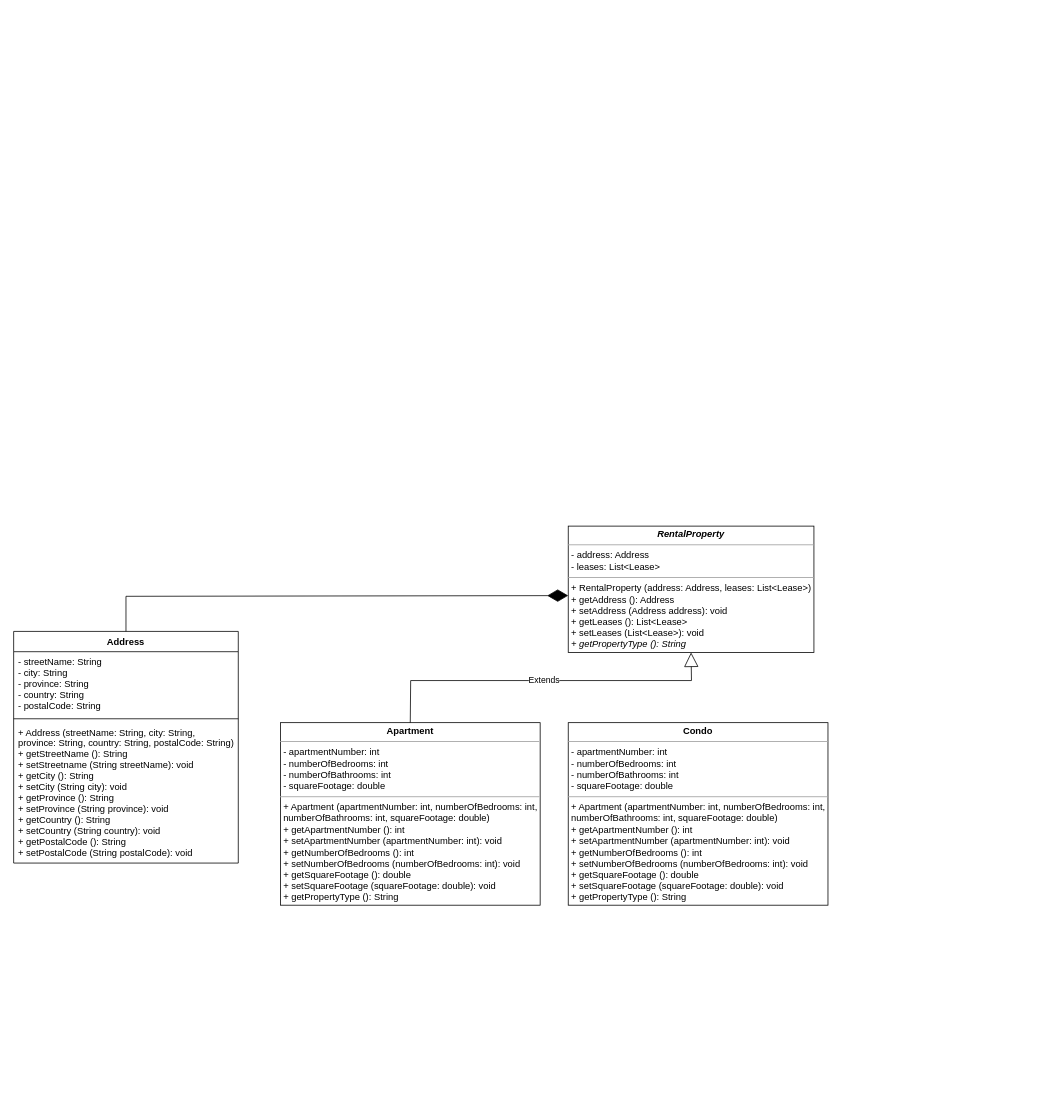
Before: Untitled Diagram.drawio in nishantarora23/SOEN-6441, a draw.io diagram. Source tidied: cells renumbered, new cells numbered last; positions are measured from the earlier drawing's top-left corner, leaving out a move shared by most shapes. Both pictures are drawn from the tidied source at 78%, with x=0, y=0 at pixel (13, 526).
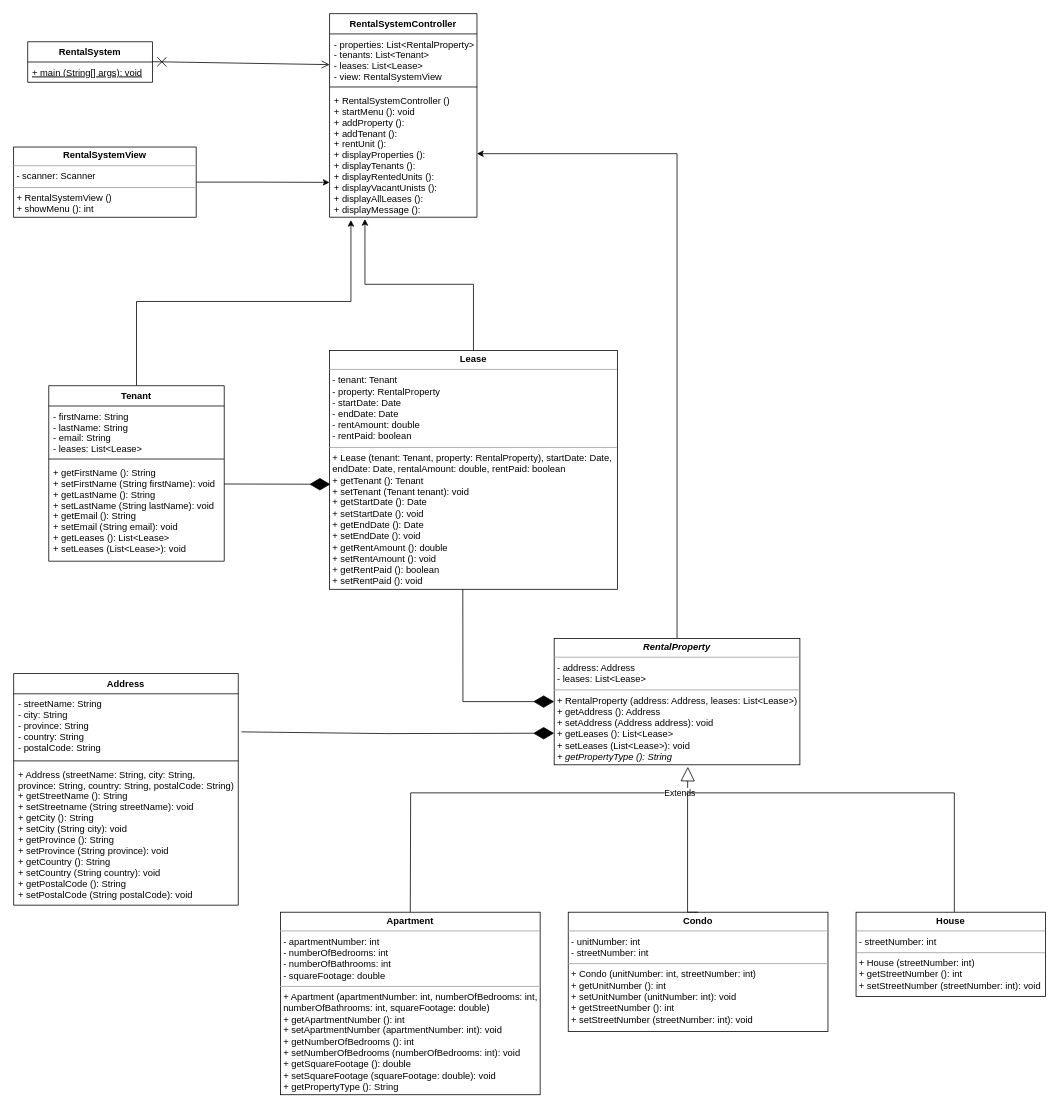
Above is the later version.

The change refers to these unchanged cells:
```xml
<mxCell id="3" value="- streetName: String&#10;- city: String&#10;- province: String&#10;- country: String&#10;- postalCode: String" style="text;strokeColor=none;fillColor=none;align=left;verticalAlign=top;spacingLeft=4;spacingRight=4;overflow=hidden;points=[[0,0.5],[1,0.5]];portConstraint=eastwest;" parent="2" vertex="1">
  <mxGeometry y="26" width="288" height="82" as="geometry" />
</mxCell>
```

Change to the diagram source:
```diff
@@
     <mxCell id="2" value="Address" style="swimlane;fontStyle=1;align=center;verticalAlign=top;horizontal=1;startSize=26;" parent="1" vertex="1">
-      <mxGeometry y="135" width="288" height="297" as="geometry" />
+      <mxGeometry y="189" width="288" height="297" as="geometry" />
     </mxCell>
@@
+    <mxCell id="11" style="edgeStyle=orthogonalEdgeStyle;rounded=0;jettySize=auto;html=1;exitX=0.5;exitY=0;exitDx=0;exitDy=0;entryX=1;entryY=0.5;entryDx=0;entryDy=0;" parent="1" edge="1" source="6" target="28">
+      <mxGeometry relative="1" as="geometry" />
+    </mxCell>
     <mxCell id="6" value="&lt;p style=&quot;margin:0px;margin-top:4px;text-align:center;&quot;&gt;&lt;i&gt;&lt;b&gt;RentalProperty&lt;/b&gt;&lt;/i&gt;&lt;/p&gt;&lt;hr size=&quot;1&quot;&gt;&lt;p style=&quot;margin:0px;margin-left:4px;&quot;&gt;- address: Address&lt;br style=&quot;border-color: var(--border-color); padding: 0px; margin: 0px;&quot;&gt;- leases: List&amp;lt;Lease&amp;gt;&lt;br&gt;&lt;/p&gt;&lt;hr size=&quot;1&quot;&gt;&lt;p style=&quot;margin:0px;margin-left:4px;&quot;&gt;+ RentalProperty (address: Address, leases: List&amp;lt;Lease&amp;gt;)&lt;br style=&quot;border-color: var(--border-color); padding: 0px; margin: 0px;&quot;&gt;+ getAddress (): Address&lt;br style=&quot;border-color: var(--border-color); padding: 0px; margin: 0px;&quot;&gt;+ setAddress (Address address): void&lt;br style=&quot;border-color: var(--border-color); padding: 0px; margin: 0px;&quot;&gt;+ getLeases (): List&amp;lt;Lease&amp;gt;&lt;br style=&quot;border-color: var(--border-color); padding: 0px; margin: 0px;&quot;&gt;+ setLeases (List&amp;lt;Lease&amp;gt;): void&amp;nbsp;&lt;br&gt;&lt;/p&gt;&lt;p style=&quot;margin:0px;margin-left:4px;&quot;&gt;&lt;i&gt;+ getPropertyType (): String&lt;/i&gt;&lt;br&gt;&lt;/p&gt;" style="verticalAlign=top;align=left;overflow=fill;fontSize=12;fontFamily=Helvetica;html=1;" parent="1" vertex="1">
-      <mxGeometry x="711" width="315" height="162" as="geometry" />
+      <mxGeometry x="693" y="144" width="315" height="162" as="geometry" />
     </mxCell>
-    <mxCell id="7" style="endArrow=diamondThin;endFill=1;endSize=24;html=1;rounded=0;entryX=0;entryY=0.55;entryDx=0;entryDy=0;entryPerimeter=0;exitX=0.5;exitY=0;exitDx=0;exitDy=0;" parent="1" edge="1" source="2" target="6">
+    <mxCell id="7" style="endArrow=diamondThin;endFill=1;endSize=24;html=1;rounded=0;entryX=0;entryY=0.75;entryDx=0;entryDy=0;exitX=1.014;exitY=0.595;exitDx=0;exitDy=0;exitPerimeter=0;" parent="1" edge="1" source="3" target="6">
       <mxGeometry relative="1" as="geometry">
         <Array as="points">
-          <mxPoint x="144" y="90" />
+          <mxPoint x="477" y="266" />
         </Array>
       </mxGeometry>
     </mxCell>
     <mxCell id="8" value="&lt;p style=&quot;margin:0px;margin-top:4px;text-align:center;&quot;&gt;&lt;b&gt;Apartment&lt;/b&gt;&lt;/p&gt;&lt;hr size=&quot;1&quot;&gt;&lt;p style=&quot;margin:0px;margin-left:4px;&quot;&gt;- apartmentNumber: int&lt;/p&gt;&lt;p style=&quot;margin:0px;margin-left:4px;&quot;&gt;- numberOfBedrooms: int&lt;/p&gt;&lt;p style=&quot;margin:0px;margin-left:4px;&quot;&gt;- numberOfBathrooms: int&lt;/p&gt;&lt;p style=&quot;margin:0px;margin-left:4px;&quot;&gt;- squareFootage: double&lt;/p&gt;&lt;hr size=&quot;1&quot;&gt;&lt;p style=&quot;margin:0px;margin-left:4px;&quot;&gt;+ Apartment (apartmentNumber: int, numberOfBedrooms: int,&amp;nbsp;&lt;/p&gt;&lt;p style=&quot;margin:0px;margin-left:4px;&quot;&gt;numberOfBathrooms: int, squareFootage: double)&lt;/p&gt;&lt;p style=&quot;margin:0px;margin-left:4px;&quot;&gt;+ getApartmentNumber (): int&lt;/p&gt;&lt;p style=&quot;margin:0px;margin-left:4px;&quot;&gt;+ setApartmentNumber (apartmentNumber: int): void&lt;/p&gt;&lt;p style=&quot;margin:0px;margin-left:4px;&quot;&gt;+ getNumberOfBedrooms (): int&lt;/p&gt;&lt;p style=&quot;margin:0px;margin-left:4px;&quot;&gt;+ setNumberOfBedrooms (numberOfBedrooms: int): void&lt;/p&gt;&lt;p style=&quot;margin:0px;margin-left:4px;&quot;&gt;+ getSquareFootage (): double&lt;/p&gt;&lt;p style=&quot;margin:0px;margin-left:4px;&quot;&gt;+ setSquareFootage (squareFootage: double): void&lt;/p&gt;&lt;p style=&quot;margin:0px;margin-left:4px;&quot;&gt;+ getPropertyType (): String&lt;/p&gt;&lt;p style=&quot;margin:0px;margin-left:4px;&quot;&gt;&lt;br&gt;&lt;/p&gt;" style="verticalAlign=top;align=left;overflow=fill;fontSize=12;fontFamily=Helvetica;html=1;" parent="1" vertex="1">
-      <mxGeometry x="342" y="252" width="333" height="234" as="geometry" />
+      <mxGeometry x="342" y="495" width="333" height="234" as="geometry" />
     </mxCell>
-    <mxCell id="9" value="Extends" style="endArrow=block;endSize=16;endFill=0;html=1;rounded=0;entryX=0.5;entryY=1;entryDx=0;entryDy=0;exitX=0.5;exitY=0;exitDx=0;exitDy=0;" parent="1" edge="1" source="8" target="6">
-      <mxGeometry relative="1" as="geometry">
+    <mxCell id="9" value="Extends" style="endArrow=block;endSize=16;endFill=0;html=1;rounded=0;entryX=0.544;entryY=1.016;entryDx=0;entryDy=0;exitX=0.5;exitY=0;exitDx=0;exitDy=0;entryPerimeter=0;" parent="1" edge="1" source="8" target="6">
+      <mxGeometry x="0.84" relative="1" as="geometry">
         <Array as="points">
-          <mxPoint x="509" y="198" />
-          <mxPoint x="869" y="198" />
+          <mxPoint x="509" y="342" />
+          <mxPoint x="864" y="342" />
         </Array>
       </mxGeometry>
     </mxCell>
-    <mxCell id="10" value="&lt;p style=&quot;margin:0px;margin-top:4px;text-align:center;&quot;&gt;&lt;b&gt;Condo&lt;/b&gt;&lt;/p&gt;&lt;hr size=&quot;1&quot;&gt;&lt;p style=&quot;margin:0px;margin-left:4px;&quot;&gt;- apartmentNumber: int&lt;/p&gt;&lt;p style=&quot;margin:0px;margin-left:4px;&quot;&gt;- numberOfBedrooms: int&lt;/p&gt;&lt;p style=&quot;margin:0px;margin-left:4px;&quot;&gt;- numberOfBathrooms: int&lt;/p&gt;&lt;p style=&quot;margin:0px;margin-left:4px;&quot;&gt;- squareFootage: double&lt;/p&gt;&lt;hr size=&quot;1&quot;&gt;&lt;p style=&quot;margin:0px;margin-left:4px;&quot;&gt;+ Apartment (apartmentNumber: int, numberOfBedrooms: int,&amp;nbsp;&lt;/p&gt;&lt;p style=&quot;margin:0px;margin-left:4px;&quot;&gt;numberOfBathrooms: int, squareFootage: double)&lt;/p&gt;&lt;p style=&quot;margin:0px;margin-left:4px;&quot;&gt;+ getApartmentNumber (): int&lt;/p&gt;&lt;p style=&quot;margin:0px;margin-left:4px;&quot;&gt;+ setApartmentNumber (apartmentNumber: int): void&lt;/p&gt;&lt;p style=&quot;margin:0px;margin-left:4px;&quot;&gt;+ getNumberOfBedrooms (): int&lt;/p&gt;&lt;p style=&quot;margin:0px;margin-left:4px;&quot;&gt;+ setNumberOfBedrooms (numberOfBedrooms: int): void&lt;/p&gt;&lt;p style=&quot;margin:0px;margin-left:4px;&quot;&gt;+ getSquareFootage (): double&lt;/p&gt;&lt;p style=&quot;margin:0px;margin-left:4px;&quot;&gt;+ setSquareFootage (squareFootage: double): void&lt;/p&gt;&lt;p style=&quot;margin:0px;margin-left:4px;&quot;&gt;+ getPropertyType (): String&lt;/p&gt;&lt;p style=&quot;margin:0px;margin-left:4px;&quot;&gt;&lt;br&gt;&lt;/p&gt;" style="verticalAlign=top;align=left;overflow=fill;fontSize=12;fontFamily=Helvetica;html=1;" parent="1" vertex="1">
-      <mxGeometry x="711" y="252" width="333" height="234" as="geometry" />
+    <mxCell id="10" value="&lt;p style=&quot;margin:0px;margin-top:4px;text-align:center;&quot;&gt;&lt;b&gt;Condo&lt;/b&gt;&lt;/p&gt;&lt;hr size=&quot;1&quot;&gt;&lt;p style=&quot;margin:0px;margin-left:4px;&quot;&gt;- unitNumber: int&lt;/p&gt;&lt;p style=&quot;margin:0px;margin-left:4px;&quot;&gt;- streetNumber: int&lt;/p&gt;&lt;hr size=&quot;1&quot;&gt;&lt;p style=&quot;margin:0px;margin-left:4px;&quot;&gt;+ Condo (unitNumber: int, streetNumber: int&lt;span style=&quot;background-color: initial;&quot;&gt;)&lt;/span&gt;&lt;/p&gt;&lt;p style=&quot;margin:0px;margin-left:4px;&quot;&gt;+ getUnitNumber (): int&lt;/p&gt;&lt;p style=&quot;margin:0px;margin-left:4px;&quot;&gt;+ setUnitNumber (unitNumber: int): void&lt;/p&gt;&lt;p style=&quot;margin:0px;margin-left:4px;&quot;&gt;+ getStreetNumber (): int&lt;/p&gt;&lt;p style=&quot;margin:0px;margin-left:4px;&quot;&gt;+ setStreetNumber (streetNumber: int): void&lt;/p&gt;" style="verticalAlign=top;align=left;overflow=fill;fontSize=12;fontFamily=Helvetica;html=1;" parent="1" vertex="1">
+      <mxGeometry x="711" y="495" width="333" height="153" as="geometry" />
     </mxCell>
+    <mxCell id="12" style="endArrow=none;html=1;edgeStyle=orthogonalEdgeStyle;rounded=0;entryX=0.5;entryY=0;entryDx=0;entryDy=0;" parent="1" edge="1" target="10">
+      <mxGeometry relative="1" as="geometry">
+        <mxPoint x="1206" y="495" as="sourcePoint" />
+        <Array as="points">
+          <mxPoint x="1206" y="342" />
+          <mxPoint x="864" y="342" />
+          <mxPoint x="864" y="495" />
+        </Array>
+      </mxGeometry>
+    </mxCell>
+    <mxCell id="13" value="&lt;p style=&quot;margin:0px;margin-top:4px;text-align:center;&quot;&gt;&lt;b&gt;House&lt;/b&gt;&lt;/p&gt;&lt;hr size=&quot;1&quot;&gt;&lt;p style=&quot;margin:0px;margin-left:4px;&quot;&gt;&lt;span style=&quot;background-color: initial;&quot;&gt;- streetNumber: int&lt;/span&gt;&lt;br&gt;&lt;/p&gt;&lt;hr size=&quot;1&quot;&gt;&lt;p style=&quot;margin:0px;margin-left:4px;&quot;&gt;+ House (streetNumber: int&lt;span style=&quot;background-color: initial;&quot;&gt;)&lt;/span&gt;&lt;/p&gt;&lt;p style=&quot;margin:0px;margin-left:4px;&quot;&gt;+ getStreetNumber (): int&lt;/p&gt;&lt;p style=&quot;margin:0px;margin-left:4px;&quot;&gt;+ setStreetNumber (streetNumber: int): void&lt;/p&gt;" style="verticalAlign=top;align=left;overflow=fill;fontSize=12;fontFamily=Helvetica;html=1;" parent="1" vertex="1">
+      <mxGeometry x="1080" y="495" width="243" height="108" as="geometry" />
+    </mxCell>
+    <mxCell id="14" style="edgeStyle=orthogonalEdgeStyle;rounded=0;jettySize=auto;html=1;exitX=0.5;exitY=0;exitDx=0;exitDy=0;entryX=0.24;entryY=1.014;entryDx=0;entryDy=0;entryPerimeter=0;" parent="1" edge="1" source="15" target="28">
+      <mxGeometry relative="1" as="geometry">
+        <Array as="points">
+          <mxPoint x="590" y="-310" />
+          <mxPoint x="450" y="-310" />
+        </Array>
+      </mxGeometry>
+    </mxCell>
+    <mxCell id="15" value="&lt;p style=&quot;margin:0px;margin-top:4px;text-align:center;&quot;&gt;&lt;b&gt;Lease&lt;/b&gt;&lt;/p&gt;&lt;hr size=&quot;1&quot;&gt;&lt;p style=&quot;margin:0px;margin-left:4px;&quot;&gt;- tenant: Tenant&lt;/p&gt;&lt;p style=&quot;margin:0px;margin-left:4px;&quot;&gt;- property: RentalProperty&lt;/p&gt;&lt;p style=&quot;margin:0px;margin-left:4px;&quot;&gt;- startDate: Date&lt;/p&gt;&lt;p style=&quot;margin:0px;margin-left:4px;&quot;&gt;- endDate: Date&lt;/p&gt;&lt;p style=&quot;margin:0px;margin-left:4px;&quot;&gt;- rentAmount: double&lt;/p&gt;&lt;p style=&quot;margin:0px;margin-left:4px;&quot;&gt;- rentPaid: boolean&lt;/p&gt;&lt;hr size=&quot;1&quot;&gt;&lt;p style=&quot;margin:0px;margin-left:4px;&quot;&gt;+ Lease (tenant: Tenant, property: RentalProperty), startDate: Date,&lt;/p&gt;&lt;p style=&quot;margin:0px;margin-left:4px;&quot;&gt;endDate: Date, rentalAmount: double, rentPaid: boolean&lt;/p&gt;&lt;p style=&quot;margin:0px;margin-left:4px;&quot;&gt;+ getTenant (): Tenant&lt;/p&gt;&lt;p style=&quot;margin:0px;margin-left:4px;&quot;&gt;+ setTenant (Tenant tenant): void&lt;/p&gt;&lt;p style=&quot;margin:0px;margin-left:4px;&quot;&gt;+ getStartDate (): Date&lt;/p&gt;&lt;p style=&quot;margin:0px;margin-left:4px;&quot;&gt;+ setStartDate (): void&lt;/p&gt;&lt;p style=&quot;margin:0px;margin-left:4px;&quot;&gt;+ getEndDate (): Date&lt;/p&gt;&lt;p style=&quot;margin:0px;margin-left:4px;&quot;&gt;+ setEndDate (): void&lt;/p&gt;&lt;p style=&quot;margin:0px;margin-left:4px;&quot;&gt;+ getRentAmount (): double&lt;/p&gt;&lt;p style=&quot;margin:0px;margin-left:4px;&quot;&gt;+ setRentAmount (): void&lt;/p&gt;&lt;p style=&quot;margin:0px;margin-left:4px;&quot;&gt;+ getRentPaid (): boolean&lt;/p&gt;&lt;p style=&quot;margin:0px;margin-left:4px;&quot;&gt;+ setRentPaid (): void&lt;/p&gt;&lt;p style=&quot;margin:0px;margin-left:4px;&quot;&gt;&lt;br&gt;&lt;/p&gt;&lt;p style=&quot;margin:0px;margin-left:4px;&quot;&gt;&lt;br&gt;&lt;/p&gt;" style="verticalAlign=top;align=left;overflow=fill;fontSize=12;fontFamily=Helvetica;html=1;" parent="1" vertex="1">
+      <mxGeometry x="405" y="-225" width="369" height="306" as="geometry" />
+    </mxCell>
+    <mxCell id="16" style="endArrow=diamondThin;endFill=1;endSize=24;html=1;rounded=0;entryX=0;entryY=0.5;entryDx=0;entryDy=0;exitX=0.463;exitY=1;exitDx=0;exitDy=0;exitPerimeter=0;" parent="1" edge="1" source="15" target="6">
+      <mxGeometry relative="1" as="geometry">
+        <Array as="points">
+          <mxPoint x="576" y="225" />
+        </Array>
+      </mxGeometry>
+    </mxCell>
+    <mxCell id="17" style="edgeStyle=orthogonalEdgeStyle;rounded=0;jettySize=auto;html=1;exitX=0.5;exitY=0;exitDx=0;exitDy=0;entryX=0.145;entryY=1.022;entryDx=0;entryDy=0;entryPerimeter=0;" parent="1" edge="1" source="18" target="28">
+      <mxGeometry relative="1" as="geometry">
+        <Array as="points">
+          <mxPoint x="158" y="-288" />
+          <mxPoint x="432" y="-288" />
+        </Array>
+      </mxGeometry>
+    </mxCell>
+    <mxCell id="18" value="Tenant" style="swimlane;fontStyle=1;align=center;verticalAlign=top;horizontal=1;startSize=26;html=0;" parent="1" vertex="1">
+      <mxGeometry x="45" y="-180" width="225" height="225" as="geometry" />
+    </mxCell>
+    <mxCell id="19" value="- firstName: String&#10;- lastName: String&#10;- email: String&#10;- leases: List&lt;Lease&gt;" style="text;strokeColor=none;fillColor=none;align=left;verticalAlign=top;spacingLeft=4;spacingRight=4;overflow=hidden;" parent="18" vertex="1">
+      <mxGeometry y="26" width="225" height="64" as="geometry" />
+    </mxCell>
+    <mxCell id="20" value="&#10;&#10;&#10;&#10;" style="line;strokeWidth=1;fillColor=none;align=left;verticalAlign=middle;spacingTop=-1;spacingLeft=3;spacingRight=3;labelPosition=right;strokeColor=inherit;html=0;" parent="18" vertex="1">
+      <mxGeometry y="90" width="225" height="8" as="geometry" />
+    </mxCell>
+    <mxCell id="21" value="+ getFirstName (): String&#10;+ setFirstName (String firstName): void&#10;+ getLastName (): String&#10;+ setLastName (String lastName): void&#10;+ getEmail (): String&#10;+ setEmail (String email): void&#10;+ getLeases (): List&lt;Lease&gt;&#10;+ setLeases (List&lt;Lease&gt;): void" style="text;strokeColor=none;fillColor=none;align=left;verticalAlign=top;spacingLeft=4;spacingRight=4;overflow=hidden;" parent="18" vertex="1">
+      <mxGeometry y="98" width="225" height="127" as="geometry" />
+    </mxCell>
+    <mxCell id="22" style="endArrow=diamondThin;endFill=1;endSize=24;html=1;rounded=0;entryX=0.003;entryY=0.56;entryDx=0;entryDy=0;entryPerimeter=0;" parent="1" edge="1" target="15">
+      <mxGeometry relative="1" as="geometry">
+        <mxPoint x="270" y="-54" as="sourcePoint" />
+      </mxGeometry>
+    </mxCell>
+    <mxCell id="23" style="edgeStyle=orthogonalEdgeStyle;rounded=0;jettySize=auto;html=1;exitX=1;exitY=0.5;exitDx=0;exitDy=0;entryX=0;entryY=0.726;entryDx=0;entryDy=0;entryPerimeter=0;" parent="1" edge="1" source="24" target="28">
+      <mxGeometry relative="1" as="geometry" />
+    </mxCell>
+    <mxCell id="24" value="&lt;p style=&quot;margin:0px;margin-top:4px;text-align:center;&quot;&gt;&lt;b&gt;RentalSystemView&lt;/b&gt;&lt;/p&gt;&lt;hr size=&quot;1&quot;&gt;&lt;p style=&quot;margin:0px;margin-left:4px;&quot;&gt;- scanner: Scanner&lt;/p&gt;&lt;hr size=&quot;1&quot;&gt;&lt;p style=&quot;margin:0px;margin-left:4px;&quot;&gt;+ RentalSystemView ()&lt;/p&gt;&lt;p style=&quot;margin:0px;margin-left:4px;&quot;&gt;+ showMenu (): int&lt;/p&gt;" style="verticalAlign=top;align=left;overflow=fill;fontSize=12;fontFamily=Helvetica;html=1;" parent="1" vertex="1">
+      <mxGeometry y="-486" width="234" height="90" as="geometry" />
+    </mxCell>
+    <mxCell id="25" value="RentalSystemController" style="swimlane;fontStyle=1;align=center;verticalAlign=top;horizontal=1;startSize=26;html=0;" parent="1" vertex="1">
+      <mxGeometry x="405" y="-657" width="189" height="261" as="geometry" />
+    </mxCell>
+    <mxCell id="26" value="- properties: List&lt;RentalProperty&gt;&#10;- tenants: List&lt;Tenant&gt;&#10;- leases: List&lt;Lease&gt;&#10;- view: RentalSystemView" style="text;strokeColor=none;fillColor=none;align=left;verticalAlign=top;spacingLeft=4;spacingRight=4;overflow=hidden;points=[[0,0.5],[1,0.5]];portConstraint=eastwest;" parent="25" vertex="1">
+      <mxGeometry y="26" width="189" height="64" as="geometry" />
+    </mxCell>
+    <mxCell id="27" style="line;strokeWidth=1;fillColor=none;align=left;verticalAlign=middle;spacingTop=-1;spacingLeft=3;spacingRight=3;labelPosition=right;strokeColor=inherit;html=0;" parent="25" vertex="1">
+      <mxGeometry y="90" width="189" height="8" as="geometry" />
+    </mxCell>
+    <mxCell id="28" value="+ RentalSystemController ()&#10;+ startMenu (): void&#10;+ addProperty (): &#10;+ addTenant (): &#10;+ rentUnit ():&#10;+ displayProperties ():&#10;+ displayTenants ():&#10;+ displayRentedUnits ():&#10;+ displayVacantUnists ():&#10;+ displayAllLeases ():&#10;+ displayMessage ():&#10;" style="text;strokeColor=none;fillColor=none;align=left;verticalAlign=top;spacingLeft=4;spacingRight=4;overflow=hidden;points=[[0,0.5],[1,0.5]];portConstraint=eastwest;" parent="25" vertex="1">
+      <mxGeometry y="98" width="189" height="163" as="geometry" />
+    </mxCell>
+    <mxCell id="29" value="RentalSystem" style="swimlane;fontStyle=1;align=center;verticalAlign=top;horizontal=1;startSize=26;html=0;" parent="1" vertex="1">
+      <mxGeometry x="18" y="-621" width="160" height="52" as="geometry" />
+    </mxCell>
+    <mxCell id="30" value="+ main (String[] args): void" style="text;strokeColor=none;fillColor=none;align=left;verticalAlign=top;spacingLeft=4;spacingRight=4;overflow=hidden;fontStyle=4;" parent="29" vertex="1">
+      <mxGeometry y="26" width="160" height="26" as="geometry" />
+    </mxCell>
+    <mxCell id="31" style="endArrow=open;startArrow=cross;endFill=0;startFill=0;endSize=8;startSize=10;html=1;rounded=0;entryX=0;entryY=0.615;entryDx=0;entryDy=0;entryPerimeter=0;" parent="1" edge="1" target="26">
+      <mxGeometry relative="1" as="geometry">
+        <mxPoint x="178" y="-595.4" as="sourcePoint" />
+      </mxGeometry>
+    </mxCell>
```
